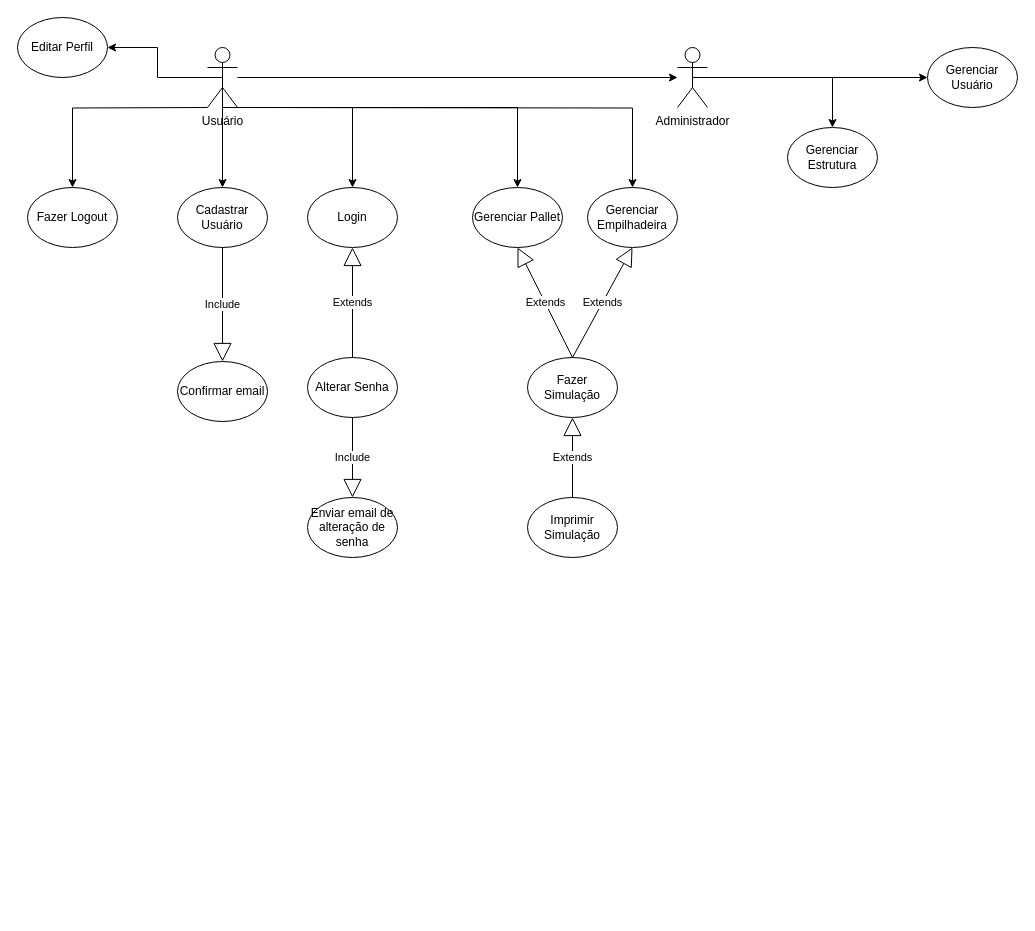
JoaoKF1/Java-liday keeps this draw.io diagram as 04.Diagrama Caso de Uso/UML JAVA-LIDAY.drawio. Above is the earlier version. Source tidied: cells renumbered, new cells numbered last; positions are measured from the earlier drawing's top-left corner, leaving out a move shared by most shapes. Both pictures are drawn from the tidied source at 100%, with x=0, y=0 at pixel (17, 17).
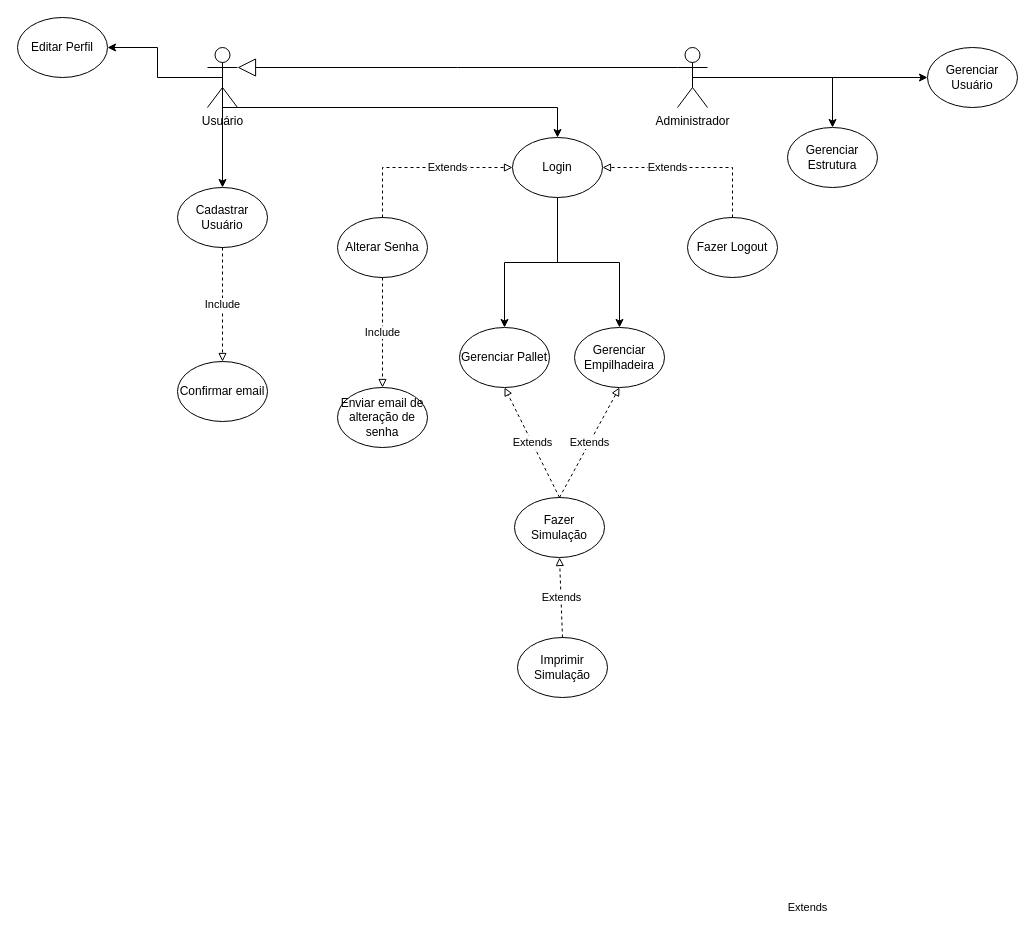
The same page after the edit.

Commit message (it also covers changes not shown here):
Correções caso de uso funcional 2.0

Unchanged cells that the change refers to:
```xml
<mxCell id="9" value="Usuário" style="shape=umlActor;verticalLabelPosition=bottom;verticalAlign=top;html=1;outlineConnect=0;" parent="1" vertex="1">
  <mxGeometry x="190" y="30" width="30" height="60" as="geometry" />
</mxCell>
<mxCell id="12" value="Administrador" style="shape=umlActor;verticalLabelPosition=bottom;verticalAlign=top;html=1;outlineConnect=0;" parent="1" vertex="1">
  <mxGeometry x="660" y="30" width="30" height="60" as="geometry" />
</mxCell>
<mxCell id="13" value="Cadastrar Usuário" style="ellipse;whiteSpace=wrap;html=1;" parent="1" vertex="1">
  <mxGeometry x="160" y="170" width="90" height="60" as="geometry" />
</mxCell>
<mxCell id="14" value="Confirmar email" style="ellipse;whiteSpace=wrap;html=1;" parent="1" vertex="1">
  <mxGeometry x="160" y="344" width="90" height="60" as="geometry" />
</mxCell>
```

What changed in the source:
```diff
@@
-    <mxCell id="2" style="edgeStyle=orthogonalEdgeStyle;rounded=0;jettySize=auto;html=1;" parent="1" edge="1" source="9" target="12">
-      <mxGeometry relative="1" as="geometry" />
-    </mxCell>
@@
     <mxCell id="4" style="edgeStyle=orthogonalEdgeStyle;rounded=0;jettySize=auto;html=1;exitX=0.5;exitY=0.5;exitDx=0;exitDy=0;exitPerimeter=0;entryX=0.5;entryY=0;entryDx=0;entryDy=0;" parent="1" edge="1" target="15">
       <mxGeometry relative="1" as="geometry">
         <mxPoint x="205" y="50" as="sourcePoint" />
         <Array as="points">
           <mxPoint x="205" y="90" />
-          <mxPoint x="335" y="90" />
+          <mxPoint x="540" y="90" />
         </Array>
       </mxGeometry>
     </mxCell>
@@
-    <mxCell id="6" style="edgeStyle=orthogonalEdgeStyle;rounded=0;jettySize=auto;html=1;exitX=0.5;exitY=0.5;exitDx=0;exitDy=0;exitPerimeter=0;entryX=0.5;entryY=0;entryDx=0;entryDy=0;" parent="1" edge="1" target="20">
-      <mxGeometry relative="1" as="geometry">
-        <mxPoint x="190" y="90" as="sourcePoint" />
-      </mxGeometry>
-    </mxCell>
-    <mxCell id="7" style="edgeStyle=orthogonalEdgeStyle;rounded=0;jettySize=auto;html=1;exitX=0.5;exitY=0.5;exitDx=0;exitDy=0;exitPerimeter=0;entryX=0.5;entryY=0;entryDx=0;entryDy=0;" parent="1" edge="1" source="9" target="16">
-      <mxGeometry relative="1" as="geometry">
-        <Array as="points">
-          <mxPoint x="205" y="90" />
-          <mxPoint x="500" y="90" />
-        </Array>
-      </mxGeometry>
-    </mxCell>
-    <mxCell id="8" style="edgeStyle=orthogonalEdgeStyle;rounded=0;jettySize=auto;html=1;exitX=0.5;exitY=0.5;exitDx=0;exitDy=0;exitPerimeter=0;entryX=0.5;entryY=0;entryDx=0;entryDy=0;" parent="1" edge="1" target="17">
-      <mxGeometry relative="1" as="geometry">
-        <mxPoint x="210" y="90" as="sourcePoint" />
-      </mxGeometry>
-    </mxCell>
@@
+    <mxCell id="32" style="edgeStyle=orthogonalEdgeStyle;rounded=0;jettySize=auto;html=1;" parent="1" edge="1" source="15" target="16">
+      <mxGeometry relative="1" as="geometry" />
+    </mxCell>
+    <mxCell id="33" style="edgeStyle=orthogonalEdgeStyle;rounded=0;jettySize=auto;html=1;" parent="1" edge="1" source="15" target="17">
+      <mxGeometry relative="1" as="geometry" />
+    </mxCell>
     <mxCell id="15" value="Login" style="ellipse;whiteSpace=wrap;html=1;" parent="1" vertex="1">
-      <mxGeometry x="290" y="170" width="90" height="60" as="geometry" />
+      <mxGeometry x="495" y="120" width="90" height="60" as="geometry" />
     </mxCell>
     <mxCell id="16" value="Gerenciar Pallet" style="ellipse;whiteSpace=wrap;html=1;" parent="1" vertex="1">
-      <mxGeometry x="455" y="170" width="90" height="60" as="geometry" />
+      <mxGeometry x="442" y="310" width="90" height="60" as="geometry" />
     </mxCell>
     <mxCell id="17" value="Gerenciar Empilhadeira" style="ellipse;whiteSpace=wrap;html=1;" parent="1" vertex="1">
-      <mxGeometry x="570" y="170" width="90" height="60" as="geometry" />
+      <mxGeometry x="557" y="310" width="90" height="60" as="geometry" />
     </mxCell>
@@
     <mxCell id="19" value="Fazer Simulação" style="ellipse;whiteSpace=wrap;html=1;" parent="1" vertex="1">
-      <mxGeometry x="510" y="340" width="90" height="60" as="geometry" />
+      <mxGeometry x="497" y="480" width="90" height="60" as="geometry" />
     </mxCell>
     <mxCell id="20" value="Fazer Logout" style="ellipse;whiteSpace=wrap;html=1;" parent="1" vertex="1">
-      <mxGeometry x="10" y="170" width="90" height="60" as="geometry" />
+      <mxGeometry x="670" y="200" width="90" height="60" as="geometry" />
     </mxCell>
     <mxCell id="21" value="Alterar Senha" style="ellipse;whiteSpace=wrap;html=1;" parent="1" vertex="1">
-      <mxGeometry x="290" y="340" width="90" height="60" as="geometry" />
+      <mxGeometry x="320" y="200" width="90" height="60" as="geometry" />
     </mxCell>
     <mxCell id="22" value="Enviar email de alteração de senha" style="ellipse;whiteSpace=wrap;html=1;" parent="1" vertex="1">
-      <mxGeometry x="290" y="480" width="90" height="60" as="geometry" />
+      <mxGeometry x="320" y="370" width="90" height="60" as="geometry" />
     </mxCell>
@@
     <mxCell id="25" value="Imprimir Simulação" style="ellipse;whiteSpace=wrap;html=1;" parent="1" vertex="1">
-      <mxGeometry x="510" y="480" width="90" height="60" as="geometry" />
+      <mxGeometry x="500" y="620" width="90" height="60" as="geometry" />
     </mxCell>
-    <mxCell id="26" value="Include" style="endArrow=block;endSize=16;endFill=0;html=1;rounded=0;exitX=0.5;exitY=1;exitDx=0;exitDy=0;entryX=0.5;entryY=0;entryDx=0;entryDy=0;" parent="1" edge="1" source="13" target="14">
+    <mxCell id="26" value="Include" style="endArrow=block;endFill=0;html=1;rounded=0;exitX=0.5;exitY=1;exitDx=0;exitDy=0;entryX=0.5;entryY=0;entryDx=0;entryDy=0;dashed=1;" parent="1" edge="1" source="13" target="14">
       <mxGeometry relative="1" as="geometry" />
     </mxCell>
-    <mxCell id="27" value="Extends" style="endArrow=block;endSize=16;endFill=0;html=1;rounded=0;exitX=0.5;exitY=0;exitDx=0;exitDy=0;entryX=0.5;entryY=1;entryDx=0;entryDy=0;" parent="1" edge="1" source="21" target="15">
-      <mxGeometry relative="1" as="geometry" />
+    <mxCell id="27" value="Extends" style="endArrow=block;endFill=0;html=1;rounded=0;exitX=0.5;exitY=0;exitDx=0;exitDy=0;entryX=0;entryY=0.5;entryDx=0;entryDy=0;dashed=1;" parent="1" edge="1" source="21" target="15">
+      <mxGeometry x="0.28" relative="1" as="geometry">
+        <Array as="points">
+          <mxPoint x="365" y="150" />
+        </Array>
+      </mxGeometry>
     </mxCell>
-    <mxCell id="28" value="Include" style="endArrow=block;endSize=16;endFill=0;html=1;rounded=0;exitX=0.5;exitY=1;exitDx=0;exitDy=0;entryX=0.5;entryY=0;entryDx=0;entryDy=0;" parent="1" edge="1" source="21" target="22">
+    <mxCell id="28" value="Include" style="endArrow=block;endFill=0;html=1;rounded=0;exitX=0.5;exitY=1;exitDx=0;exitDy=0;entryX=0.5;entryY=0;entryDx=0;entryDy=0;dashed=1;" parent="1" edge="1" source="21" target="22">
       <mxGeometry relative="1" as="geometry" />
     </mxCell>
-    <mxCell id="29" value="Extends" style="endArrow=block;endSize=16;endFill=0;html=1;rounded=0;exitX=0.5;exitY=0;exitDx=0;exitDy=0;entryX=0.5;entryY=1;entryDx=0;entryDy=0;" parent="1" edge="1" source="19" target="16">
+    <mxCell id="29" value="Extends" style="endArrow=block;endFill=0;html=1;rounded=0;exitX=0.5;exitY=0;exitDx=0;exitDy=0;entryX=0.5;entryY=1;entryDx=0;entryDy=0;dashed=1;" parent="1" edge="1" source="19" target="16">
       <mxGeometry relative="1" as="geometry" />
     </mxCell>
-    <mxCell id="30" value="Extends" style="endArrow=block;endSize=16;endFill=0;html=1;rounded=0;entryX=0.5;entryY=1;entryDx=0;entryDy=0;exitX=0.5;exitY=0;exitDx=0;exitDy=0;" parent="1" edge="1" source="19" target="17">
+    <mxCell id="30" value="Extends" style="endArrow=block;endFill=0;html=1;rounded=0;entryX=0.5;entryY=1;entryDx=0;entryDy=0;exitX=0.5;exitY=0;exitDx=0;exitDy=0;dashed=1;" parent="1" edge="1" source="19" target="17">
       <mxGeometry relative="1" as="geometry" />
     </mxCell>
-    <mxCell id="31" value="Extends" style="endArrow=block;endSize=16;endFill=0;html=1;rounded=0;exitX=0.5;exitY=0;exitDx=0;exitDy=0;entryX=0.5;entryY=1;entryDx=0;entryDy=0;" parent="1" edge="1" source="25" target="19">
+    <mxCell id="31" value="Extends" style="endArrow=block;endFill=0;html=1;rounded=0;exitX=0.5;exitY=0;exitDx=0;exitDy=0;entryX=0.5;entryY=1;entryDx=0;entryDy=0;dashed=1;" parent="1" edge="1" source="25" target="19">
       <mxGeometry relative="1" as="geometry" />
     </mxCell>
+    <mxCell id="34" value="Extends" style="endArrow=block;endFill=0;html=1;rounded=0;exitX=0.5;exitY=0;exitDx=0;exitDy=0;entryX=1;entryY=0.5;entryDx=0;entryDy=0;dashed=1;" parent="1" edge="1" source="20" target="15">
+      <mxGeometry x="0.28" relative="1" as="geometry">
+        <Array as="points">
+          <mxPoint x="715" y="150" />
+        </Array>
+      </mxGeometry>
+    </mxCell>
+    <mxCell id="35" value="Extends" style="endArrow=block;endSize=16;endFill=0;html=1;rounded=0;entryX=1;entryY=0.3333333333333333;entryDx=0;entryDy=0;entryPerimeter=0;exitX=0;exitY=0.3333333333333333;exitDx=0;exitDy=0;exitPerimeter=0;" parent="1" edge="1" source="12" target="9">
+      <mxGeometry x="-1" y="850" relative="1" as="geometry">
+        <Array as="points">
+          <mxPoint x="440" y="50" />
+        </Array>
+        <mxPoint x="130" y="-10" as="offset" />
+      </mxGeometry>
+    </mxCell>
```
